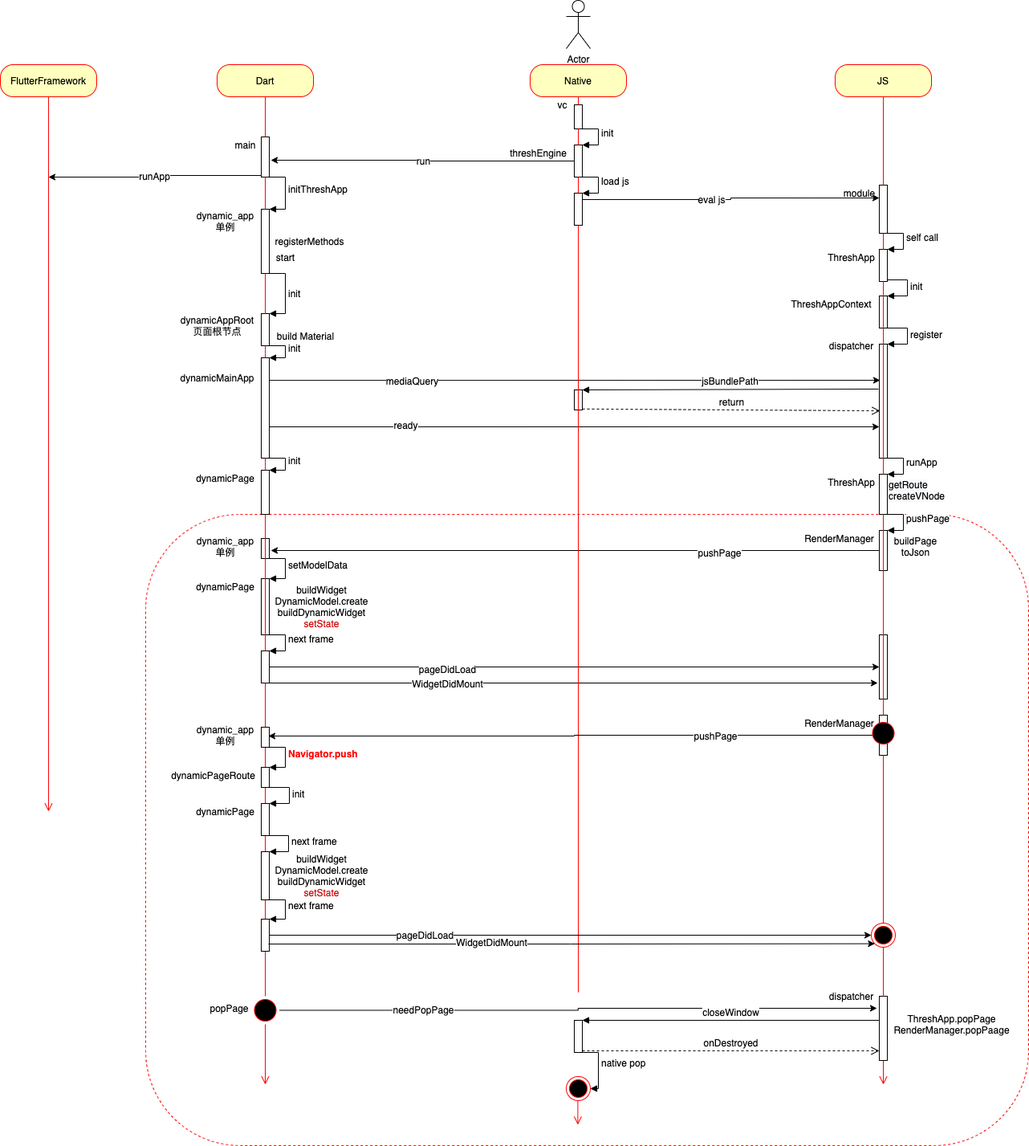
Before: flutter/thresh UML.png, a diagram exported from draw.io (JD-Tang/flutter_uml). Source tidied: cells renumbered, new cells last; positions are measured from the earlier drawing's top-left corner, leaving out a move shared by most shapes.
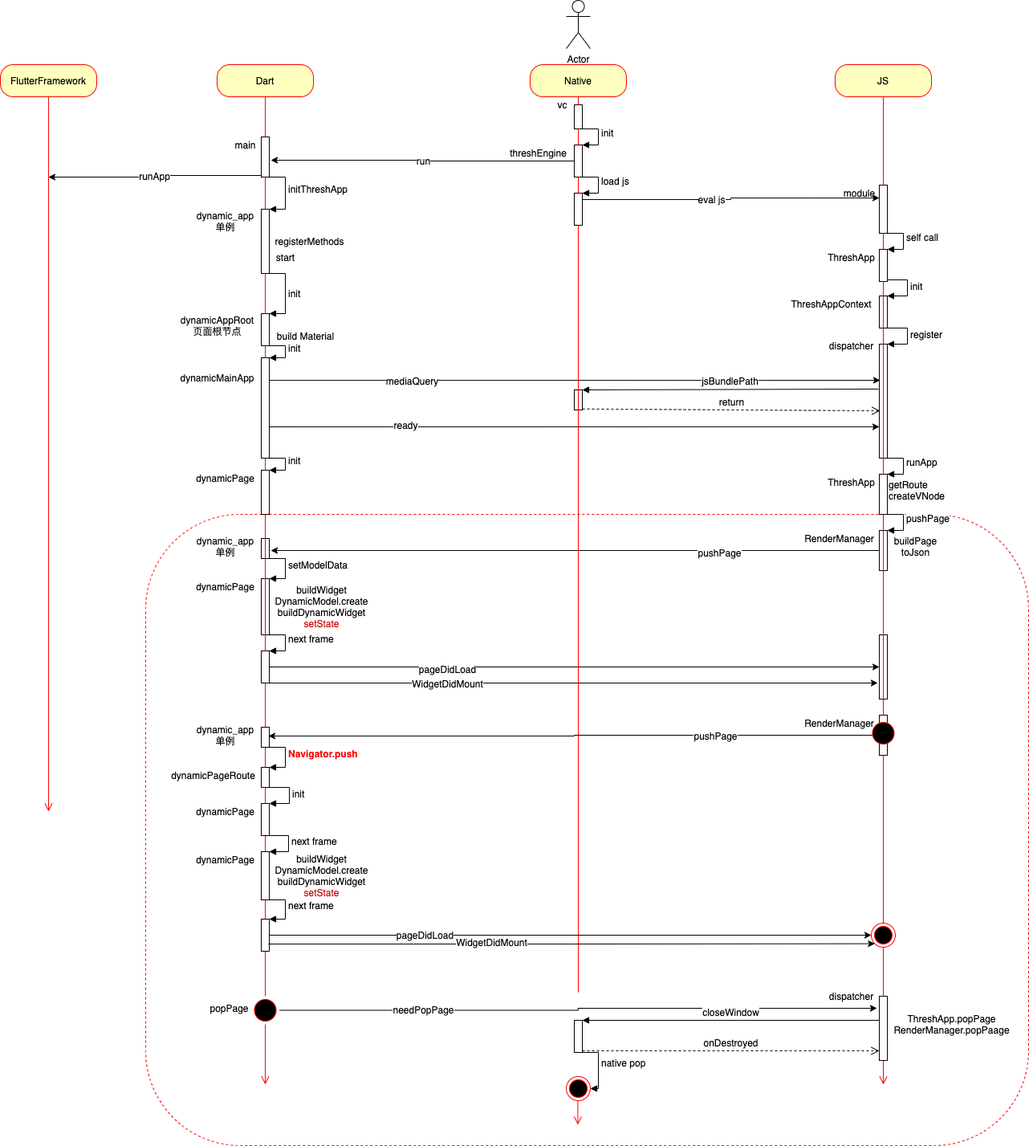
Above is the later version.

The edit, as a diff of the source:
```diff
@@ -542,5 +542,8 @@
         <mxPoint x="-1" as="offset" />
       </mxGeometry>
     </mxCell>
+    <mxCell id="138" value="dynamicPage" style="text;html=1;align=center;verticalAlign=middle;strokeColor=none;" parent="1" vertex="1">
+      <mxGeometry x="235" y="1060" width="90" height="20" as="geometry" />
+    </mxCell>
   </root>
 </mxGraphModel>
```
